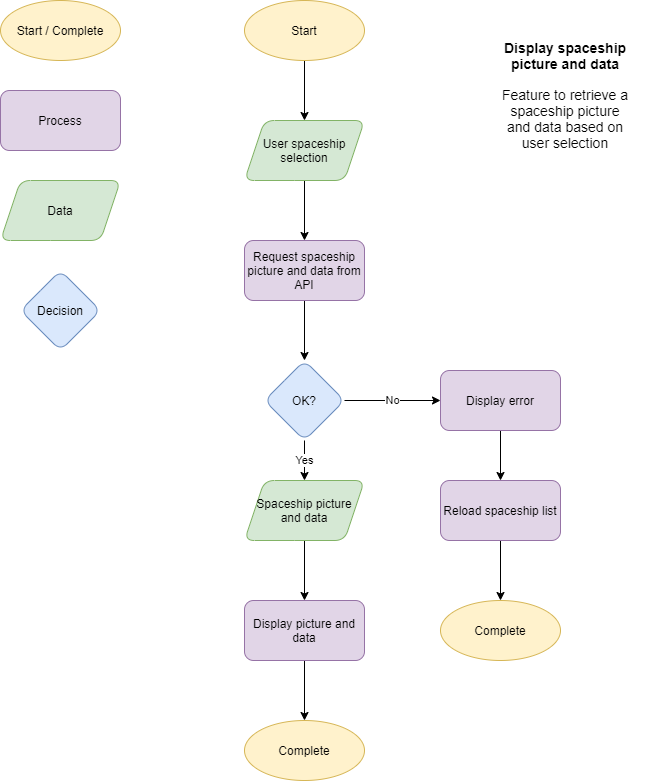
The draw.io diagram Spaceship_Flowchart.png in girard176/SpaceshipV2, before a commit. Source tidied: cells renumbered, new cells last; positions are measured from the earlier drawing's top-left corner, leaving out a move shared by most shapes.
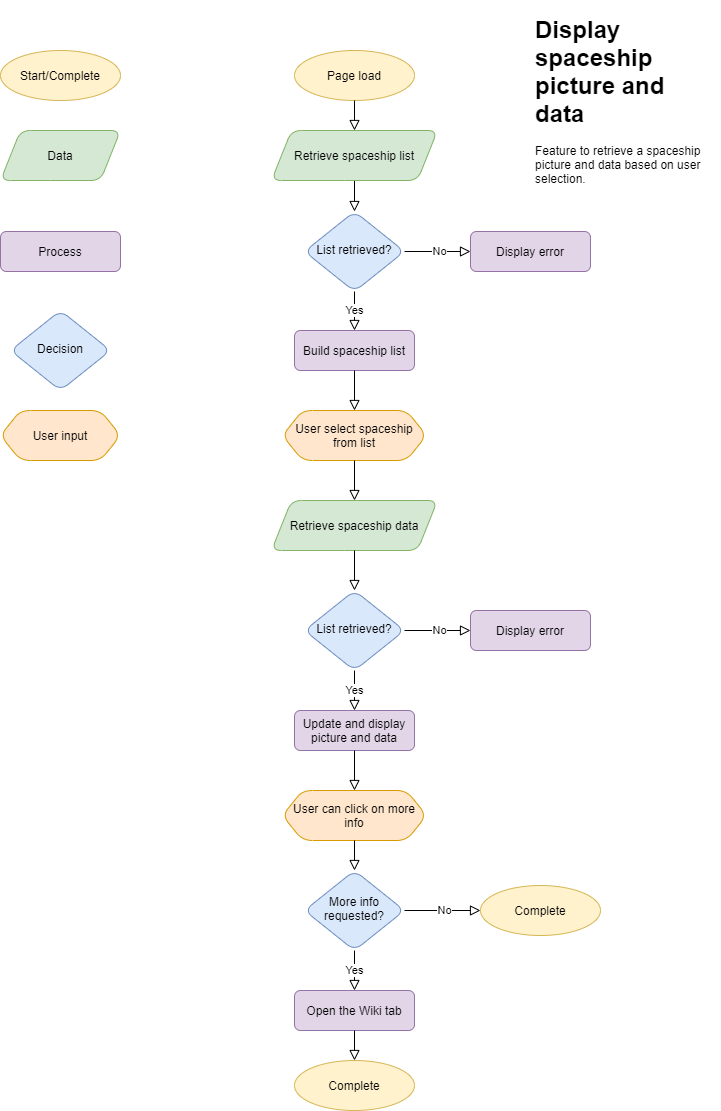
The same file after the commit.

Commit message:
More detailed and added wiki button

Change to the diagram source:
```diff
@@ -2,80 +2,122 @@
   <root>
     <mxCell id="0" />
     <mxCell id="1" parent="0" />
-    <mxCell id="2" style="edgeStyle=orthogonalEdgeStyle;rounded=0;jettySize=auto;html=1;" parent="1" edge="1" source="3" target="5">
-      <mxGeometry relative="1" as="geometry" />
-    </mxCell>
-    <mxCell id="3" value="Start" style="ellipse;whiteSpace=wrap;html=1;fillColor=#fff2cc;strokeColor=#d6b656;" parent="1" vertex="1">
-      <mxGeometry x="244" width="120" height="60" as="geometry" />
-    </mxCell>
-    <mxCell id="4" style="edgeStyle=orthogonalEdgeStyle;rounded=0;jettySize=auto;html=1;" parent="1" edge="1" source="5" target="7">
-      <mxGeometry relative="1" as="geometry" />
-    </mxCell>
-    <mxCell id="5" value="User spaceship&lt;br&gt;selection" style="shape=parallelogram;perimeter=parallelogramPerimeter;whiteSpace=wrap;html=1;fixedSize=1;fillColor=#d5e8d4;strokeColor=#82b366;rounded=1;" parent="1" vertex="1">
-      <mxGeometry x="244" y="120" width="120" height="60" as="geometry" />
-    </mxCell>
-    <mxCell id="6" style="edgeStyle=orthogonalEdgeStyle;rounded=0;jettySize=auto;html=1;" parent="1" edge="1" source="7" target="10">
-      <mxGeometry relative="1" as="geometry" />
-    </mxCell>
-    <mxCell id="7" value="Request spaceship picture and data from API" style="rounded=1;whiteSpace=wrap;html=1;fillColor=#e1d5e7;strokeColor=#9673a6;" parent="1" vertex="1">
-      <mxGeometry x="244" y="240" width="120" height="60" as="geometry" />
-    </mxCell>
-    <mxCell id="8" value="No" style="edgeStyle=orthogonalEdgeStyle;rounded=0;jettySize=auto;html=1;" parent="1" edge="1" source="10" target="12">
-      <mxGeometry relative="1" as="geometry" />
-    </mxCell>
-    <mxCell id="9" value="Yes" style="edgeStyle=orthogonalEdgeStyle;rounded=0;jettySize=auto;html=1;" parent="1" edge="1" source="10" target="17">
-      <mxGeometry relative="1" as="geometry" />
-    </mxCell>
-    <mxCell id="10" value="OK?" style="rhombus;whiteSpace=wrap;html=1;rounded=1;fillColor=#dae8fc;strokeColor=#6c8ebf;" parent="1" vertex="1">
-      <mxGeometry x="264" y="360" width="80" height="80" as="geometry" />
-    </mxCell>
-    <mxCell id="11" style="edgeStyle=orthogonalEdgeStyle;rounded=0;jettySize=auto;html=1;" parent="1" edge="1" source="12" target="14">
-      <mxGeometry relative="1" as="geometry" />
-    </mxCell>
-    <mxCell id="12" value="Display error" style="whiteSpace=wrap;html=1;rounded=1;fillColor=#e1d5e7;strokeColor=#9673a6;" parent="1" vertex="1">
-      <mxGeometry x="440" y="370" width="120" height="60" as="geometry" />
-    </mxCell>
-    <mxCell id="13" style="edgeStyle=orthogonalEdgeStyle;rounded=0;jettySize=auto;html=1;" parent="1" edge="1" source="14" target="15">
-      <mxGeometry relative="1" as="geometry" />
-    </mxCell>
-    <mxCell id="14" value="Reload spaceship list" style="whiteSpace=wrap;html=1;rounded=1;fillColor=#e1d5e7;strokeColor=#9673a6;" parent="1" vertex="1">
-      <mxGeometry x="440" y="480" width="120" height="60" as="geometry" />
-    </mxCell>
-    <mxCell id="15" value="Complete" style="ellipse;whiteSpace=wrap;html=1;rounded=1;strokeColor=#d6b656;fillColor=#fff2cc;" parent="1" vertex="1">
-      <mxGeometry x="440" y="600" width="120" height="60" as="geometry" />
-    </mxCell>
-    <mxCell id="16" style="edgeStyle=orthogonalEdgeStyle;rounded=0;jettySize=auto;html=1;" parent="1" edge="1" source="17" target="19">
-      <mxGeometry relative="1" as="geometry" />
-    </mxCell>
-    <mxCell id="17" value="Spaceship picture and data" style="shape=parallelogram;perimeter=parallelogramPerimeter;whiteSpace=wrap;html=1;fixedSize=1;rounded=1;strokeColor=#82b366;fillColor=#d5e8d4;" parent="1" vertex="1">
-      <mxGeometry x="244" y="480" width="120" height="60" as="geometry" />
-    </mxCell>
-    <mxCell id="18" style="edgeStyle=orthogonalEdgeStyle;rounded=0;jettySize=auto;html=1;" parent="1" edge="1" source="19" target="20">
-      <mxGeometry relative="1" as="geometry" />
-    </mxCell>
-    <mxCell id="19" value="Display picture and data" style="whiteSpace=wrap;html=1;rounded=1;strokeColor=#9673a6;fillColor=#e1d5e7;" parent="1" vertex="1">
-      <mxGeometry x="244" y="600" width="120" height="60" as="geometry" />
-    </mxCell>
-    <mxCell id="20" value="Complete" style="ellipse;whiteSpace=wrap;html=1;rounded=1;strokeColor=#d6b656;fillColor=#fff2cc;" parent="1" vertex="1">
-      <mxGeometry x="244" y="720" width="120" height="60" as="geometry" />
-    </mxCell>
-    <mxCell id="21" value="Start / Complete" style="ellipse;whiteSpace=wrap;html=1;fillColor=#fff2cc;strokeColor=#d6b656;" parent="1" vertex="1">
-      <mxGeometry width="120" height="60" as="geometry" />
-    </mxCell>
+    <mxCell id="27" style="rounded=0;html=1;jettySize=auto;fontSize=11;endArrow=block;endFill=0;endSize=8;strokeWidth=1;shadow=0;labelBackgroundColor=none;edgeStyle=orthogonalEdgeStyle;exitX=0.5;exitY=1;exitDx=0;exitDy=0;" parent="1" edge="1" source="36" target="30">
+      <mxGeometry relative="1" as="geometry" />
+    </mxCell>
+    <mxCell id="28" value="Yes" style="rounded=0;html=1;jettySize=auto;fontSize=11;endArrow=block;endFill=0;endSize=8;strokeWidth=1;shadow=0;labelBackgroundColor=default;edgeStyle=orthogonalEdgeStyle;entryX=0.5;entryY=0;entryDx=0;entryDy=0;" parent="1" edge="1" source="30" target="34">
+      <mxGeometry x="0.02" relative="1" as="geometry" />
+    </mxCell>
+    <mxCell id="29" value="No" style="edgeStyle=orthogonalEdgeStyle;rounded=0;html=1;jettySize=auto;fontSize=11;endArrow=block;endFill=0;endSize=8;strokeWidth=1;shadow=0;labelBackgroundColor=default;" parent="1" edge="1" source="30" target="31">
+      <mxGeometry x="0.06" relative="1" as="geometry" />
+    </mxCell>
+    <mxCell id="30" value="List retrieved?" style="rhombus;whiteSpace=wrap;html=1;shadow=0;fontFamily=Helvetica;fontSize=12;align=center;strokeWidth=1;spacing=6;spacingTop=-4;fillColor=#dae8fc;strokeColor=#6c8ebf;rounded=1;" parent="1" vertex="1">
+      <mxGeometry x="254" y="151" width="100" height="80" as="geometry" />
+    </mxCell>
+    <mxCell id="31" value="Display error" style="rounded=1;whiteSpace=wrap;html=1;fontSize=12;glass=0;strokeWidth=1;shadow=0;fillColor=#e1d5e7;strokeColor=#9673a6;" parent="1" vertex="1">
+      <mxGeometry x="420" y="171" width="120" height="40" as="geometry" />
+    </mxCell>
+    <mxCell id="32" value="Start/Complete" style="ellipse;whiteSpace=wrap;html=1;fillColor=#fff2cc;strokeColor=#d6b656;" parent="1" vertex="1">
+      <mxGeometry x="-50" y="-10" width="120" height="50" as="geometry" />
+    </mxCell>
+    <mxCell id="33" value="Page load" style="ellipse;whiteSpace=wrap;html=1;fillColor=#fff2cc;strokeColor=#d6b656;" parent="1" vertex="1">
+      <mxGeometry x="244" y="-10" width="120" height="50" as="geometry" />
+    </mxCell>
-    <mxCell id="22" value="Process" style="rounded=1;whiteSpace=wrap;html=1;fillColor=#e1d5e7;strokeColor=#9673a6;" parent="1" vertex="1">
-      <mxGeometry y="90" width="120" height="60" as="geometry" />
+    <mxCell id="22" value="Process" style="rounded=1;whiteSpace=wrap;html=1;fontSize=12;glass=0;strokeWidth=1;shadow=0;fillColor=#e1d5e7;strokeColor=#9673a6;" parent="1" vertex="1">
+      <mxGeometry x="-50" y="171" width="120" height="40" as="geometry" />
     </mxCell>
-    <mxCell id="23" value="Data" style="shape=parallelogram;perimeter=parallelogramPerimeter;whiteSpace=wrap;html=1;fixedSize=1;fillColor=#d5e8d4;strokeColor=#82b366;rounded=1;" parent="1" vertex="1">
-      <mxGeometry y="180" width="120" height="60" as="geometry" />
+    <mxCell id="23" value="Data" style="shape=parallelogram;perimeter=parallelogramPerimeter;whiteSpace=wrap;html=1;fixedSize=1;rounded=1;fillColor=#d5e8d4;strokeColor=#82b366;" parent="1" vertex="1">
+      <mxGeometry x="-50" y="70" width="120" height="50" as="geometry" />
     </mxCell>
-    <mxCell id="24" value="Decision" style="rhombus;whiteSpace=wrap;html=1;rounded=1;fillColor=#dae8fc;strokeColor=#6c8ebf;" parent="1" vertex="1">
-      <mxGeometry x="20" y="270" width="80" height="80" as="geometry" />
+    <mxCell id="24" value="Decision" style="rhombus;whiteSpace=wrap;html=1;shadow=0;fontFamily=Helvetica;fontSize=12;align=center;strokeWidth=1;spacing=6;spacingTop=-4;rounded=1;fillColor=#dae8fc;strokeColor=#6c8ebf;" parent="1" vertex="1">
+      <mxGeometry x="-40" y="250" width="100" height="80" as="geometry" />
     </mxCell>
-    <mxCell id="25" value="Display spaceship picture and data" style="text;html=1;strokeColor=none;fillColor=none;align=center;verticalAlign=middle;whiteSpace=wrap;rounded=0;fontSize=14;fontStyle=1;" parent="1" vertex="1">
-      <mxGeometry x="480" y="30" width="170" height="50" as="geometry" />
-    </mxCell>
-    <mxCell id="26" value="Feature to retrieve a spaceship picture and data based on user selection" style="text;html=1;strokeColor=none;fillColor=none;align=center;verticalAlign=top;whiteSpace=wrap;rounded=0;fontSize=14;" parent="1" vertex="1">
-      <mxGeometry x="500" y="80" width="130" height="100" as="geometry" />
-    </mxCell>
+    <mxCell id="34" value="Build spaceship list" style="rounded=1;whiteSpace=wrap;html=1;fontSize=12;glass=0;strokeWidth=1;shadow=0;fillColor=#e1d5e7;strokeColor=#9673a6;" parent="1" vertex="1">
+      <mxGeometry x="244" y="270" width="120" height="40" as="geometry" />
+    </mxCell>
+    <mxCell id="35" style="rounded=0;html=1;jettySize=auto;fontSize=11;endArrow=block;endFill=0;endSize=8;strokeWidth=1;shadow=0;labelBackgroundColor=none;edgeStyle=orthogonalEdgeStyle;exitX=0.5;exitY=1;exitDx=0;exitDy=0;" parent="1" edge="1" source="33">
+      <mxGeometry relative="1" as="geometry">
+        <mxPoint x="304" y="70" as="targetPoint" />
+      </mxGeometry>
+    </mxCell>
+    <mxCell id="36" value="Retrieve spaceship list" style="shape=parallelogram;perimeter=parallelogramPerimeter;whiteSpace=wrap;html=1;fixedSize=1;rounded=1;fillColor=#d5e8d4;strokeColor=#82b366;" parent="1" vertex="1">
+      <mxGeometry x="221" y="70" width="166" height="50" as="geometry" />
+    </mxCell>
+    <mxCell id="37" style="rounded=0;html=1;jettySize=auto;fontSize=11;endArrow=block;endFill=0;endSize=8;strokeWidth=1;shadow=0;labelBackgroundColor=none;edgeStyle=orthogonalEdgeStyle;exitX=0.5;exitY=1;exitDx=0;exitDy=0;entryX=0.5;entryY=0;entryDx=0;entryDy=0;" parent="1" edge="1" source="34">
+      <mxGeometry relative="1" as="geometry">
+        <mxPoint x="304" y="350" as="targetPoint" />
+      </mxGeometry>
+    </mxCell>
+    <mxCell id="38" value="Retrieve spaceship data" style="shape=parallelogram;perimeter=parallelogramPerimeter;whiteSpace=wrap;html=1;fixedSize=1;rounded=1;fillColor=#d5e8d4;strokeColor=#82b366;" parent="1" vertex="1">
+      <mxGeometry x="221" y="440" width="166" height="50" as="geometry" />
+    </mxCell>
+    <mxCell id="39" value="User input" style="shape=hexagon;perimeter=hexagonPerimeter2;whiteSpace=wrap;html=1;fixedSize=1;rounded=1;fillColor=#ffe6cc;strokeColor=#d79b00;" parent="1" vertex="1">
+      <mxGeometry x="-50" y="350" width="120" height="50" as="geometry" />
+    </mxCell>
+    <mxCell id="40" value="User select spaceship from list" style="shape=hexagon;perimeter=hexagonPerimeter2;whiteSpace=wrap;html=1;fixedSize=1;rounded=1;fillColor=#ffe6cc;strokeColor=#d79b00;" parent="1" vertex="1">
+      <mxGeometry x="232" y="350" width="144" height="50" as="geometry" />
+    </mxCell>
+    <mxCell id="41" value="Yes" style="rounded=0;html=1;jettySize=auto;fontSize=11;endArrow=block;endFill=0;endSize=8;strokeWidth=1;shadow=0;labelBackgroundColor=default;edgeStyle=orthogonalEdgeStyle;entryX=0.5;entryY=0;entryDx=0;entryDy=0;exitX=0.5;exitY=1;exitDx=0;exitDy=0;fontColor=none;noLabel=1;" parent="1" edge="1" source="40" target="38">
+      <mxGeometry x="0.02" relative="1" as="geometry" />
+    </mxCell>
+    <mxCell id="42" value="Yes" style="rounded=0;html=1;jettySize=auto;fontSize=11;endArrow=block;endFill=0;endSize=8;strokeWidth=1;shadow=0;labelBackgroundColor=default;edgeStyle=orthogonalEdgeStyle;exitX=0.5;exitY=1;exitDx=0;exitDy=0;fontColor=none;noLabel=1;" parent="1" edge="1" source="38" target="43">
+      <mxGeometry x="0.02" relative="1" as="geometry" />
+    </mxCell>
+    <mxCell id="43" value="List retrieved?" style="rhombus;whiteSpace=wrap;html=1;shadow=0;fontFamily=Helvetica;fontSize=12;align=center;strokeWidth=1;spacing=6;spacingTop=-4;fillColor=#dae8fc;strokeColor=#6c8ebf;rounded=1;" parent="1" vertex="1">
+      <mxGeometry x="254" y="530" width="100" height="80" as="geometry" />
+    </mxCell>
+    <mxCell id="44" value="Yes" style="rounded=0;html=1;jettySize=auto;fontSize=11;endArrow=block;endFill=0;endSize=8;strokeWidth=1;shadow=0;labelBackgroundColor=default;edgeStyle=orthogonalEdgeStyle;exitX=0.5;exitY=1;exitDx=0;exitDy=0;fontColor=default;entryX=0.5;entryY=0;entryDx=0;entryDy=0;" parent="1" edge="1" source="43" target="47">
+      <mxGeometry x="0.02" relative="1" as="geometry" />
+    </mxCell>
+    <mxCell id="45" value="No" style="edgeStyle=orthogonalEdgeStyle;rounded=0;html=1;jettySize=auto;fontSize=11;endArrow=block;endFill=0;endSize=8;strokeWidth=1;shadow=0;labelBackgroundColor=default;" parent="1" edge="1" target="46">
+      <mxGeometry x="0.06" relative="1" as="geometry">
+        <mxPoint x="354" y="570" as="sourcePoint" />
+      </mxGeometry>
+    </mxCell>
+    <mxCell id="46" value="Display error" style="rounded=1;whiteSpace=wrap;html=1;fontSize=12;glass=0;strokeWidth=1;shadow=0;fillColor=#e1d5e7;strokeColor=#9673a6;" parent="1" vertex="1">
+      <mxGeometry x="420" y="550" width="120" height="40" as="geometry" />
+    </mxCell>
+    <mxCell id="47" value="Update and display picture and data" style="rounded=1;whiteSpace=wrap;html=1;fontSize=12;glass=0;strokeWidth=1;shadow=0;fillColor=#e1d5e7;strokeColor=#9673a6;" parent="1" vertex="1">
+      <mxGeometry x="244" y="650" width="120" height="40" as="geometry" />
+    </mxCell>
+    <mxCell id="48" value="User can click on more info" style="shape=hexagon;perimeter=hexagonPerimeter2;whiteSpace=wrap;html=1;fixedSize=1;rounded=1;fillColor=#ffe6cc;strokeColor=#d79b00;" parent="1" vertex="1">
+      <mxGeometry x="232" y="730" width="144" height="50" as="geometry" />
+    </mxCell>
+    <mxCell id="49" value="Yes" style="rounded=0;html=1;jettySize=auto;fontSize=11;endArrow=block;endFill=0;endSize=8;strokeWidth=1;shadow=0;labelBackgroundColor=default;edgeStyle=orthogonalEdgeStyle;exitX=0.5;exitY=1;exitDx=0;exitDy=0;fontColor=none;entryX=0.5;entryY=0;entryDx=0;entryDy=0;noLabel=1;" parent="1" edge="1" source="47" target="48">
+      <mxGeometry x="0.02" relative="1" as="geometry" />
+    </mxCell>
+    <mxCell id="50" value="More info requested?" style="rhombus;whiteSpace=wrap;html=1;shadow=0;fontFamily=Helvetica;fontSize=12;align=center;strokeWidth=1;spacing=6;spacingTop=-4;fillColor=#dae8fc;strokeColor=#6c8ebf;rounded=1;" parent="1" vertex="1">
+      <mxGeometry x="254" y="810" width="100" height="80" as="geometry" />
+    </mxCell>
+    <mxCell id="51" value="Yes" style="rounded=0;html=1;jettySize=auto;fontSize=11;endArrow=block;endFill=0;endSize=8;strokeWidth=1;shadow=0;labelBackgroundColor=default;edgeStyle=orthogonalEdgeStyle;exitX=0.5;exitY=1;exitDx=0;exitDy=0;fontColor=none;entryX=0.5;entryY=0;entryDx=0;entryDy=0;noLabel=1;" parent="1" edge="1" source="48" target="50">
+      <mxGeometry x="0.02" relative="1" as="geometry" />
+    </mxCell>
+    <mxCell id="52" value="Complete" style="ellipse;whiteSpace=wrap;html=1;fillColor=#fff2cc;strokeColor=#d6b656;" parent="1" vertex="1">
+      <mxGeometry x="430" y="825" width="120" height="50" as="geometry" />
+    </mxCell>
+    <mxCell id="53" value="No" style="edgeStyle=orthogonalEdgeStyle;rounded=0;html=1;jettySize=auto;fontSize=11;endArrow=block;endFill=0;endSize=8;strokeWidth=1;shadow=0;labelBackgroundColor=default;exitX=1;exitY=0.5;exitDx=0;exitDy=0;" parent="1" edge="1" source="50">
+      <mxGeometry x="0.06" relative="1" as="geometry">
+        <mxPoint x="430" y="850" as="targetPoint" />
+      </mxGeometry>
+    </mxCell>
+    <mxCell id="54" value="Yes" style="rounded=0;html=1;jettySize=auto;fontSize=11;endArrow=block;endFill=0;endSize=8;strokeWidth=1;shadow=0;labelBackgroundColor=default;edgeStyle=orthogonalEdgeStyle;exitX=0.5;exitY=1;exitDx=0;exitDy=0;fontColor=default;" parent="1" edge="1" source="50">
+      <mxGeometry x="0.02" relative="1" as="geometry">
+        <mxPoint x="304" y="930" as="targetPoint" />
+      </mxGeometry>
+    </mxCell>
+    <mxCell id="55" value="Open the Wiki tab" style="rounded=1;whiteSpace=wrap;html=1;fontSize=12;glass=0;strokeWidth=1;shadow=0;fillColor=#e1d5e7;strokeColor=#9673a6;" parent="1" vertex="1">
+      <mxGeometry x="244" y="930" width="120" height="40" as="geometry" />
+    </mxCell>
+    <mxCell id="56" value="Yes" style="rounded=0;html=1;jettySize=auto;fontSize=11;endArrow=block;endFill=0;endSize=8;strokeWidth=1;shadow=0;labelBackgroundColor=default;edgeStyle=orthogonalEdgeStyle;exitX=0.5;exitY=1;exitDx=0;exitDy=0;fontColor=none;noLabel=1;" parent="1" edge="1" source="55">
+      <mxGeometry x="0.02" relative="1" as="geometry">
+        <mxPoint x="304" y="1000" as="targetPoint" />
+      </mxGeometry>
+    </mxCell>
+    <mxCell id="57" value="Complete" style="ellipse;whiteSpace=wrap;html=1;fillColor=#fff2cc;strokeColor=#d6b656;" parent="1" vertex="1">
+      <mxGeometry x="244" y="1000" width="120" height="50" as="geometry" />
+    </mxCell>
+    <mxCell id="58" value="&lt;h1&gt;Display spaceship picture and data&lt;/h1&gt;&lt;p&gt;Feature to retrieve a spaceship picture and data based on user selection.&lt;/p&gt;" style="text;html=1;strokeColor=none;fillColor=none;spacing=5;spacingTop=-20;whiteSpace=wrap;overflow=hidden;rounded=0;fontColor=none;" parent="1" vertex="1">
+      <mxGeometry x="480" y="-50" width="190" height="180" as="geometry" />
+    </mxCell>
   </root>
 </mxGraphModel>
```
